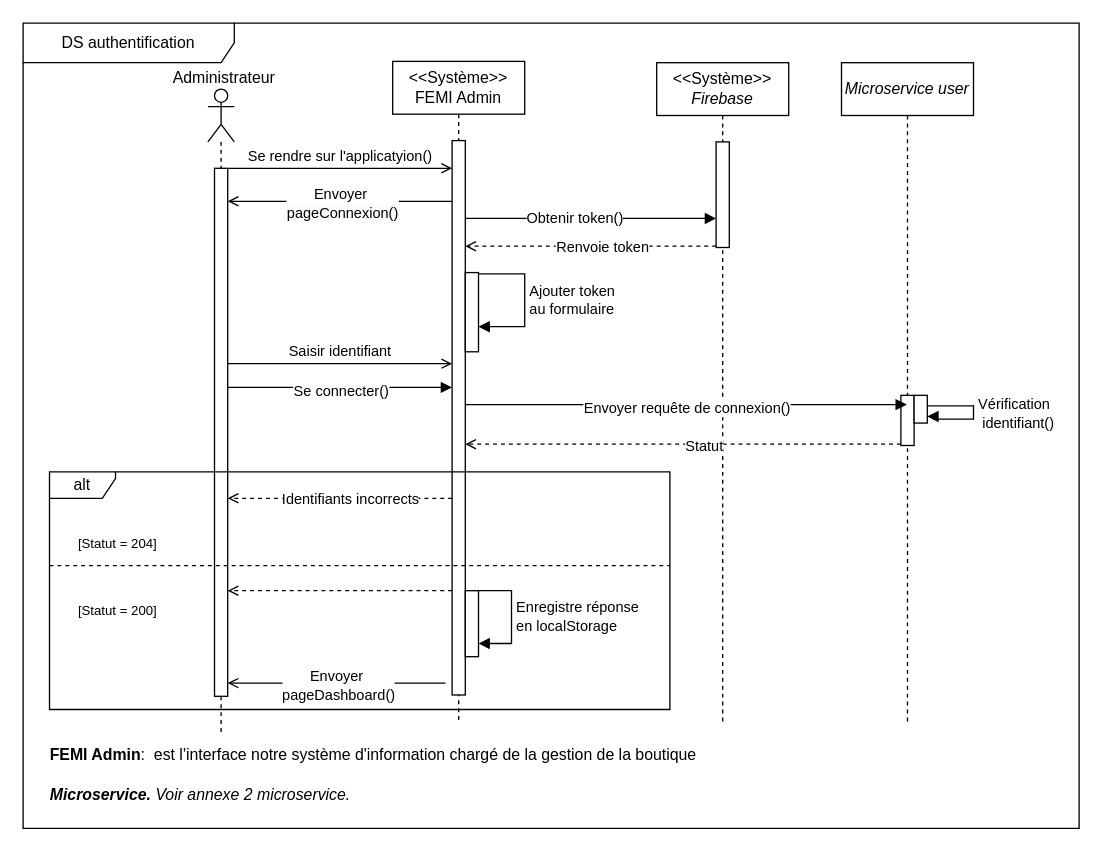
kbvac/Diagramme-UML keeps this draw.io diagram as page "DS-1-AUTH" (5 of 10) of Diagramme cas d'utiilisation katina.drawio. Above is the earlier version. Source tidied: cells renumbered, new cells numbered last; positions are measured from the earlier drawing's top-left corner, leaving out a move shared by most shapes. Both pictures are drawn from the tidied source at 132%, with x=0, y=0 at pixel (22, 22).
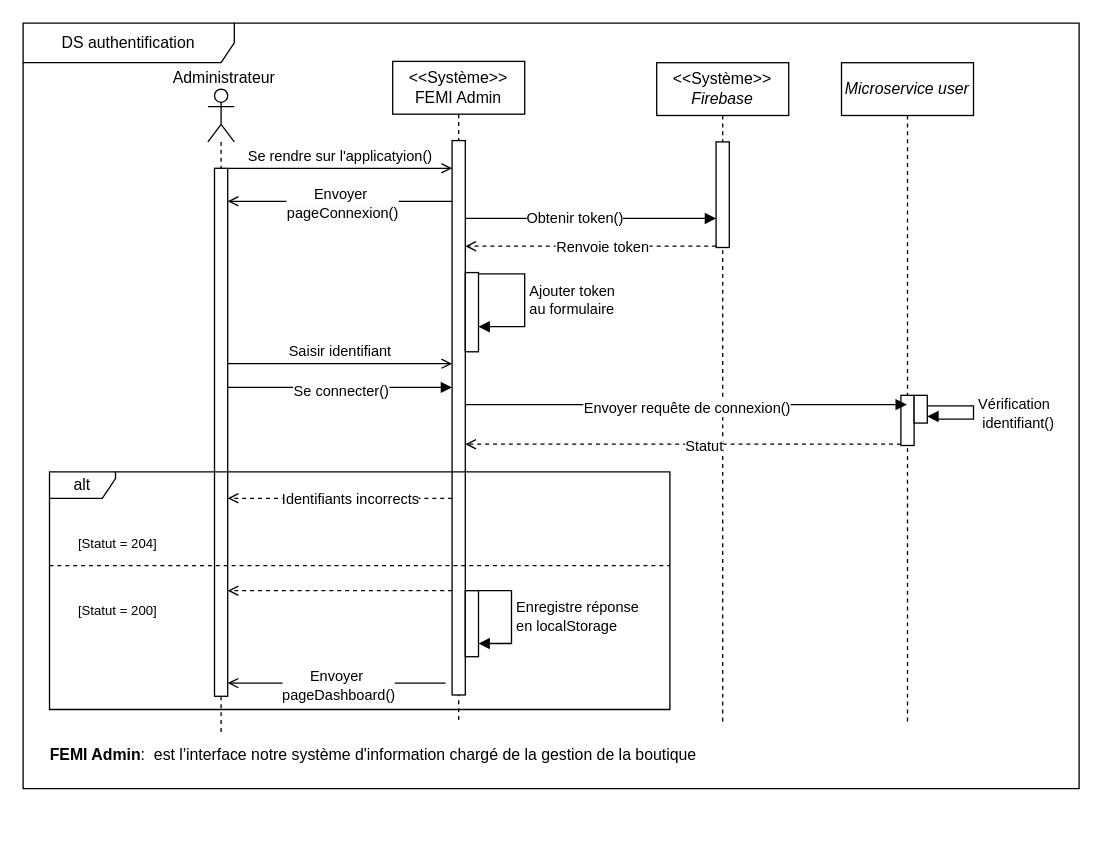
The same page after the edit.

Change to the diagram source:
```diff
@@
     <mxCell id="9" value="DS authentification" style="shape=umlFrame;whiteSpace=wrap;html=1;width=160;" parent="1" vertex="1">
-      <mxGeometry width="800" height="610" as="geometry" />
+      <mxGeometry width="800" height="580" as="geometry" />
     </mxCell>
@@
-    <mxCell id="38" value="&lt;i&gt;&lt;b&gt;Microservice. &lt;/b&gt;Voir annexe 2 microservice.&lt;/i&gt;" style="text;html=1;align=center;verticalAlign=middle;strokeColor=none;fillColor=none;" parent="9" vertex="1">
-      <mxGeometry x="9" y="570" width="250" height="30" as="geometry" />
-    </mxCell>
```
